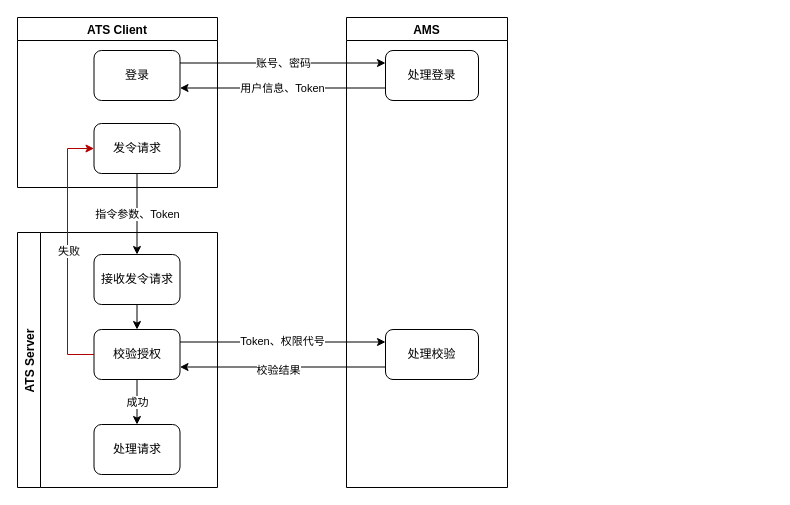
This is Draw/ATS/Authority_Client.drawio from huangjia2107/DrawOnline, a draw.io file, before an edit. Source tidied: cells renumbered, new cells numbered last; positions are measured from the earlier drawing's top-left corner, leaving out a move shared by most shapes. Both pictures are drawn from the tidied source at 100%, with x=0, y=0 at pixel (17, 17).
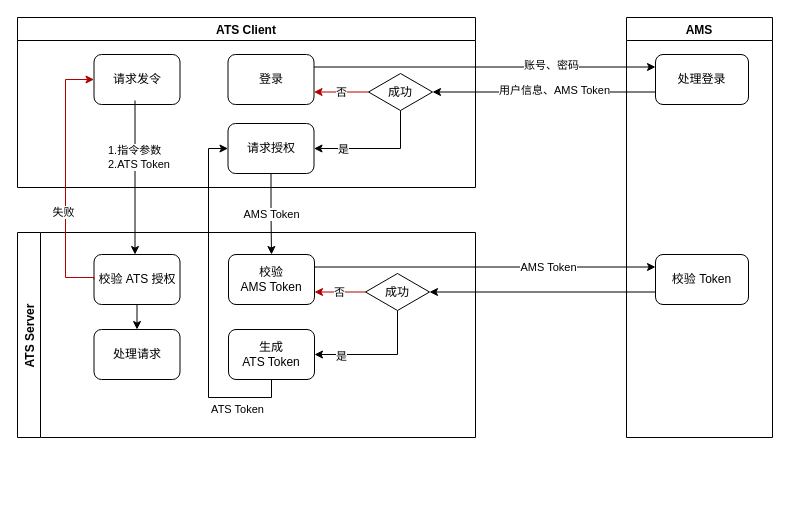
After the change.

What changed in the source:
```diff
@@
     <mxCell id="2" value="ATS Server" style="swimlane;horizontal=0;" parent="1" vertex="1">
-      <mxGeometry y="215" width="200" height="255" as="geometry" />
+      <mxGeometry y="215" width="458" height="205" as="geometry" />
     </mxCell>
@@
-    <mxCell id="4" value="接收发令请求" style="rounded=1;whiteSpace=wrap;html=1;" parent="2" vertex="1">
+    <mxCell id="4" value="校验 ATS 授权" style="rounded=1;whiteSpace=wrap;html=1;" parent="2" vertex="1">
       <mxGeometry x="76.5" y="22" width="86" height="50" as="geometry" />
     </mxCell>
-    <mxCell id="5" value="成功" style="edgeStyle=orthogonalEdgeStyle;rounded=0;jettySize=auto;html=1;exitX=0.5;exitY=1;exitDx=0;exitDy=0;entryX=0.5;entryY=0;entryDx=0;entryDy=0;" parent="2" edge="1" source="6" target="7">
-      <mxGeometry relative="1" as="geometry" />
-    </mxCell>
-    <mxCell id="6" value="校验授权" style="rounded=1;whiteSpace=wrap;html=1;" parent="2" vertex="1">
+    <mxCell id="6" value="处理请求" style="rounded=1;whiteSpace=wrap;html=1;" parent="2" vertex="1">
       <mxGeometry x="76.5" y="97" width="86" height="50" as="geometry" />
     </mxCell>
-    <mxCell id="7" value="处理请求" style="rounded=1;whiteSpace=wrap;html=1;" parent="2" vertex="1">
-      <mxGeometry x="76.5" y="192" width="86" height="50" as="geometry" />
-    </mxCell>
+    <mxCell id="22" value="校验 &lt;br&gt;AMS Token" style="rounded=1;whiteSpace=wrap;html=1;" parent="2" vertex="1">
+      <mxGeometry x="211" y="22" width="86" height="50" as="geometry" />
+    </mxCell>
+    <mxCell id="23" value="否" style="edgeStyle=orthogonalEdgeStyle;rounded=0;jettySize=auto;html=1;exitX=0;exitY=0.5;exitDx=0;exitDy=0;entryX=1;entryY=0.75;entryDx=0;entryDy=0;fillColor=#e51400;strokeColor=#B20000;" parent="2" edge="1" source="26" target="22">
+      <mxGeometry relative="1" as="geometry" />
+    </mxCell>
+    <mxCell id="24" style="edgeStyle=orthogonalEdgeStyle;rounded=0;jettySize=auto;html=1;exitX=0.5;exitY=1;exitDx=0;exitDy=0;entryX=1;entryY=0.5;entryDx=0;entryDy=0;" parent="2" edge="1" source="26" target="27">
+      <mxGeometry relative="1" as="geometry" />
+    </mxCell>
+    <mxCell id="25" value="是" style="edgeLabel;html=1;align=center;verticalAlign=middle;" parent="24" vertex="1">
+      <mxGeometry x="0.59" y="1" relative="1" as="geometry" />
+    </mxCell>
+    <mxCell id="26" value="成功" style="rhombus;whiteSpace=wrap;html=1;" parent="2" vertex="1">
+      <mxGeometry x="348" y="41" width="64" height="37" as="geometry" />
+    </mxCell>
+    <mxCell id="27" value="生成 &lt;br&gt;ATS Token" style="rounded=1;whiteSpace=wrap;html=1;" parent="2" vertex="1">
+      <mxGeometry x="211" y="97" width="86" height="50" as="geometry" />
+    </mxCell>
     <mxCell id="8" value="AMS" style="swimlane;" parent="1" vertex="1">
-      <mxGeometry x="329" width="161" height="470" as="geometry" />
+      <mxGeometry x="609" width="146" height="420" as="geometry" />
     </mxCell>
-    <mxCell id="9" value="处理校验" style="rounded=1;whiteSpace=wrap;html=1;" parent="8" vertex="1">
-      <mxGeometry x="39" y="312" width="93" height="50" as="geometry" />
-    </mxCell>
-    <mxCell id="10" value="处理登录" style="rounded=1;whiteSpace=wrap;html=1;" parent="8" vertex="1">
-      <mxGeometry x="39" y="33" width="93" height="50" as="geometry" />
+    <mxCell id="10" value="校验 Token" style="rounded=1;whiteSpace=wrap;html=1;" parent="8" vertex="1">
+      <mxGeometry x="29" y="237" width="93" height="50" as="geometry" />
     </mxCell>
-    <mxCell id="11" style="edgeStyle=orthogonalEdgeStyle;rounded=0;jettySize=auto;html=1;exitX=1;exitY=0.25;exitDx=0;exitDy=0;entryX=0;entryY=0.25;entryDx=0;entryDy=0;" parent="1" edge="1" source="6" target="9">
-      <mxGeometry relative="1" as="geometry" />
-    </mxCell>
-    <mxCell id="12" value="Token、权限代号" style="edgeLabel;html=1;align=center;verticalAlign=middle;spacingLeft=35;" parent="11" vertex="1">
-      <mxGeometry x="-0.18" y="2" relative="1" as="geometry">
-        <mxPoint y="1" as="offset" />
-      </mxGeometry>
-    </mxCell>
+    <mxCell id="28" value="处理登录" style="rounded=1;whiteSpace=wrap;html=1;" parent="8" vertex="1">
+      <mxGeometry x="29" y="37" width="93" height="50" as="geometry" />
+    </mxCell>
     <mxCell id="13" value="ATS Client" style="swimlane;" parent="1" vertex="1">
-      <mxGeometry width="200" height="170" as="geometry" />
+      <mxGeometry width="458" height="170" as="geometry" />
     </mxCell>
     <mxCell id="14" value="登录" style="rounded=1;whiteSpace=wrap;html=1;" parent="13" vertex="1">
-      <mxGeometry x="76.5" y="33" width="86" height="50" as="geometry" />
+      <mxGeometry x="210.5" y="37" width="86" height="50" as="geometry" />
     </mxCell>
-    <mxCell id="15" value="发令请求" style="rounded=1;whiteSpace=wrap;html=1;" parent="13" vertex="1">
-      <mxGeometry x="76.5" y="106" width="86" height="50" as="geometry" />
+    <mxCell id="15" value="请求发令" style="rounded=1;whiteSpace=wrap;html=1;" parent="13" vertex="1">
+      <mxGeometry x="76.5" y="37" width="86" height="50" as="geometry" />
     </mxCell>
+    <mxCell id="29" value="否" style="edgeStyle=orthogonalEdgeStyle;rounded=0;jettySize=auto;html=1;exitX=0;exitY=0.5;exitDx=0;exitDy=0;entryX=1;entryY=0.75;entryDx=0;entryDy=0;fillColor=#e51400;strokeColor=#B20000;" parent="13" edge="1" source="32" target="14">
+      <mxGeometry relative="1" as="geometry" />
+    </mxCell>
+    <mxCell id="30" style="edgeStyle=orthogonalEdgeStyle;rounded=0;jettySize=auto;html=1;exitX=0.5;exitY=1;exitDx=0;exitDy=0;entryX=1;entryY=0.5;entryDx=0;entryDy=0;" parent="13" edge="1" source="32" target="33">
+      <mxGeometry relative="1" as="geometry" />
+    </mxCell>
+    <mxCell id="31" value="是" style="edgeLabel;html=1;align=center;verticalAlign=middle;" parent="30" vertex="1">
+      <mxGeometry x="0.54" relative="1" as="geometry" />
+    </mxCell>
+    <mxCell id="32" value="成功" style="rhombus;whiteSpace=wrap;html=1;" parent="13" vertex="1">
+      <mxGeometry x="351" y="56" width="64" height="37" as="geometry" />
+    </mxCell>
+    <mxCell id="33" value="请求授权" style="rounded=1;whiteSpace=wrap;html=1;" parent="13" vertex="1">
+      <mxGeometry x="210.5" y="106" width="86" height="50" as="geometry" />
+    </mxCell>
-    <mxCell id="16" value="账号、密码" style="edgeStyle=orthogonalEdgeStyle;rounded=0;jettySize=auto;html=1;exitX=1;exitY=0.25;exitDx=0;exitDy=0;entryX=0;entryY=0.25;entryDx=0;entryDy=0;" parent="1" edge="1" source="14" target="10">
-      <mxGeometry relative="1" as="geometry" />
+    <mxCell id="16" value="AMS Token" style="edgeStyle=orthogonalEdgeStyle;rounded=0;jettySize=auto;html=1;exitX=1;exitY=0.25;exitDx=0;exitDy=0;entryX=0;entryY=0.25;entryDx=0;entryDy=0;" parent="1" edge="1" source="22" target="10">
+      <mxGeometry x="0.37" relative="1" as="geometry">
+        <Array as="points">
+          <mxPoint x="538" y="250" />
+          <mxPoint x="538" y="250" />
+        </Array>
+      </mxGeometry>
     </mxCell>
-    <mxCell id="17" value="用户信息、Token" style="edgeStyle=orthogonalEdgeStyle;rounded=0;jettySize=auto;html=1;exitX=0;exitY=0.75;exitDx=0;exitDy=0;entryX=1;entryY=0.75;entryDx=0;entryDy=0;" parent="1" edge="1" source="10" target="14">
-      <mxGeometry relative="1" as="geometry" />
-    </mxCell>
-    <mxCell id="18" style="edgeStyle=orthogonalEdgeStyle;rounded=0;jettySize=auto;html=1;exitX=0;exitY=0.75;exitDx=0;exitDy=0;entryX=1;entryY=0.75;entryDx=0;entryDy=0;" parent="1" edge="1" source="9" target="6">
-      <mxGeometry relative="1" as="geometry" />
-    </mxCell>
-    <mxCell id="19" value="校验结果" style="edgeLabel;html=1;align=center;verticalAlign=middle;spacingLeft=49;" parent="18" vertex="1">
-      <mxGeometry x="0.28" y="3" relative="1" as="geometry" />
-    </mxCell>
+    <mxCell id="21" value="1.指令参数&lt;br&gt;2.ATS Token" style="edgeStyle=orthogonalEdgeStyle;rounded=0;orthogonalLoop=1;jettySize=auto;html=1;exitX=0.5;exitY=1;exitDx=0;exitDy=0;entryX=0.5;entryY=0;entryDx=0;entryDy=0;strokeColor=#000000;align=left;" parent="1" edge="1">
+      <mxGeometry x="-0.26" y="-29" relative="1" as="geometry">
+        <mxPoint x="117.5" y="83" as="sourcePoint" />
+        <mxPoint x="117.5" y="237" as="targetPoint" />
+      </mxGeometry>
+    </mxCell>
+    <mxCell id="34" style="edgeStyle=orthogonalEdgeStyle;rounded=0;jettySize=auto;html=1;exitX=1;exitY=0.25;exitDx=0;exitDy=0;entryX=0;entryY=0.25;entryDx=0;entryDy=0;" parent="1" edge="1" source="14" target="28">
+      <mxGeometry relative="1" as="geometry" />
+    </mxCell>
+    <mxCell id="35" value="账号、密码" style="edgeLabel;html=1;align=center;verticalAlign=middle;" parent="34" vertex="1">
+      <mxGeometry x="0.1" y="2" relative="1" as="geometry">
+        <mxPoint x="49" as="offset" />
+      </mxGeometry>
+    </mxCell>
+    <mxCell id="36" style="edgeStyle=orthogonalEdgeStyle;rounded=0;jettySize=auto;html=1;exitX=0;exitY=0.75;exitDx=0;exitDy=0;" parent="1" edge="1" source="28" target="32">
+      <mxGeometry relative="1" as="geometry" />
+    </mxCell>
+    <mxCell id="37" value="用户信息、AMS Token" style="edgeLabel;html=1;align=center;verticalAlign=middle;" parent="36" vertex="1">
+      <mxGeometry x="-0.12" y="-2" relative="1" as="geometry">
+        <mxPoint x="-4" as="offset" />
+      </mxGeometry>
+    </mxCell>
+    <mxCell id="38" style="edgeStyle=orthogonalEdgeStyle;rounded=0;jettySize=auto;html=1;exitX=0;exitY=0.5;exitDx=0;exitDy=0;entryX=0;entryY=0.5;entryDx=0;entryDy=0;fillColor=#e51400;strokeColor=#B20000;" parent="1" edge="1" source="4" target="15">
+      <mxGeometry relative="1" as="geometry">
+        <Array as="points">
+          <mxPoint x="77" y="260" />
+          <mxPoint x="48" y="260" />
+          <mxPoint x="48" y="62" />
+        </Array>
+      </mxGeometry>
+    </mxCell>
-    <mxCell id="20" value="&amp;nbsp;失败" style="edgeStyle=orthogonalEdgeStyle;rounded=0;jettySize=auto;html=1;exitX=0;exitY=0.5;exitDx=0;exitDy=0;entryX=0;entryY=0.5;entryDx=0;entryDy=0;fillColor=#e51400;strokeColor=#B20000;" parent="1" edge="1" source="6" target="15">
-      <mxGeometry relative="1" as="geometry">
-        <Array as="points">
-          <mxPoint x="50" y="337" />
-          <mxPoint x="50" y="131" />
-        </Array>
+    <mxCell id="20" value="失败" style="edgeLabel;html=1;align=center;verticalAlign=middle;" parent="38" vertex="1">
+      <mxGeometry x="-0.37" y="4" relative="1" as="geometry">
+        <mxPoint x="1" y="-15" as="offset" />
       </mxGeometry>
     </mxCell>
-    <mxCell id="21" value="指令参数、Token" style="edgeStyle=orthogonalEdgeStyle;rounded=0;jettySize=auto;html=1;exitX=0.5;exitY=1;exitDx=0;exitDy=0;entryX=0.5;entryY=0;entryDx=0;entryDy=0;strokeColor=#000000;" parent="1" edge="1" source="15" target="4">
-      <mxGeometry relative="1" as="geometry" />
-    </mxCell>
+    <mxCell id="39" style="edgeStyle=orthogonalEdgeStyle;rounded=0;jettySize=auto;html=1;exitX=0;exitY=0.75;exitDx=0;exitDy=0;entryX=1;entryY=0.5;entryDx=0;entryDy=0;" parent="1" edge="1" source="10" target="26">
+      <mxGeometry relative="1" as="geometry" />
+    </mxCell>
+    <mxCell id="40" value="AMS Token" style="edgeStyle=orthogonalEdgeStyle;rounded=0;jettySize=auto;html=1;exitX=0.5;exitY=1;exitDx=0;exitDy=0;entryX=0.5;entryY=0;entryDx=0;entryDy=0;" parent="1" edge="1" source="33" target="22">
+      <mxGeometry relative="1" as="geometry" />
+    </mxCell>
+    <mxCell id="41" style="edgeStyle=orthogonalEdgeStyle;rounded=0;jettySize=auto;html=1;exitX=0.5;exitY=1;exitDx=0;exitDy=0;entryX=0;entryY=0.5;entryDx=0;entryDy=0;" parent="1" edge="1" source="27" target="33">
+      <mxGeometry relative="1" as="geometry">
+        <Array as="points">
+          <mxPoint x="254" y="380" />
+          <mxPoint x="191" y="380" />
+          <mxPoint x="191" y="131" />
+        </Array>
+      </mxGeometry>
+    </mxCell>
+    <mxCell id="42" value="ATS Token" style="edgeLabel;html=1;align=center;verticalAlign=middle;" parent="41" vertex="1">
+      <mxGeometry x="-0.57" relative="1" as="geometry">
+        <mxPoint x="22" y="11" as="offset" />
+      </mxGeometry>
+    </mxCell>
```
